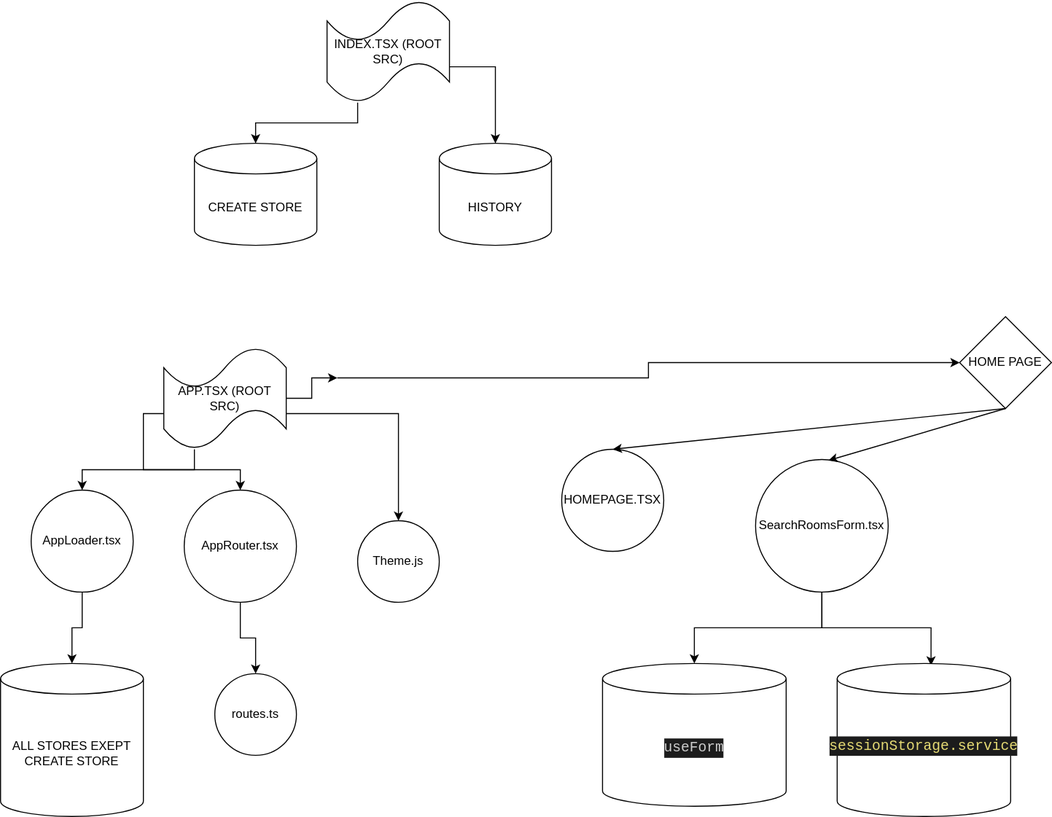
The draw.io diagram HOME PAGE FLOW.drawio.svg in sourisooo/BOOKING-PROJET-2, before a commit. Source tidied: cells renumbered, new cells last; positions are measured from the earlier drawing's top-left corner, leaving out a move shared by most shapes.
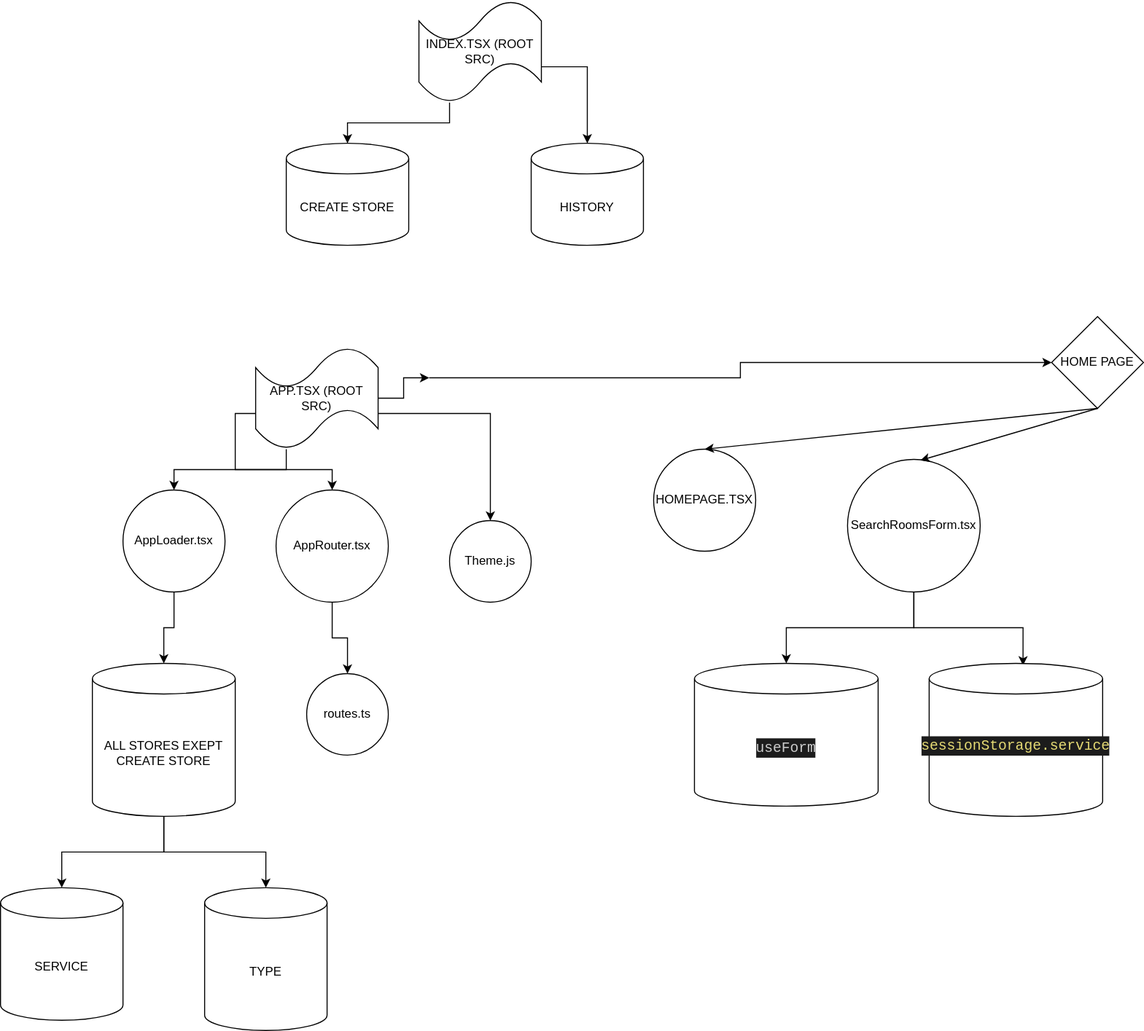
Above is the later version.

Commit message:
Mettre à jour HOME PAGE FLOW.drawio.svg

The edit, as a diff of the source:
```diff
@@ -63,6 +63,12 @@
     <mxCell id="20" value="AppRouter.tsx" style="ellipse;whiteSpace=wrap;html=1;" parent="1" vertex="1">
       <mxGeometry x="180" y="480" width="110" height="110" as="geometry" />
     </mxCell>
+    <mxCell id="30" style="edgeStyle=orthogonalEdgeStyle;rounded=0;jettySize=auto;html=1;exitX=0.5;exitY=1;exitDx=0;exitDy=0;exitPerimeter=0;entryX=0.5;entryY=0;entryDx=0;entryDy=0;entryPerimeter=0;" parent="1" edge="1" source="21" target="32">
+      <mxGeometry relative="1" as="geometry" />
+    </mxCell>
+    <mxCell id="31" style="edgeStyle=orthogonalEdgeStyle;rounded=0;jettySize=auto;html=1;exitX=0.5;exitY=1;exitDx=0;exitDy=0;exitPerimeter=0;" parent="1" edge="1" source="21" target="33">
+      <mxGeometry relative="1" as="geometry" />
+    </mxCell>
     <mxCell id="21" value="ALL STORES EXEPT CREATE STORE" style="shape=cylinder3;whiteSpace=wrap;html=1;boundedLbl=1;backgroundOutline=1;size=15;" parent="1" vertex="1">
       <mxGeometry y="650" width="140" height="150" as="geometry" />
     </mxCell>
@@ -90,5 +96,11 @@
     <mxCell id="29" value="Theme.js&lt;br&gt;" style="ellipse;whiteSpace=wrap;html=1;" parent="1" vertex="1">
       <mxGeometry x="350" y="510" width="80" height="80" as="geometry" />
     </mxCell>
+    <mxCell id="32" value="SERVICE" style="shape=cylinder3;whiteSpace=wrap;html=1;boundedLbl=1;backgroundOutline=1;size=15;" parent="1" vertex="1">
+      <mxGeometry x="-90" y="870" width="120" height="130" as="geometry" />
+    </mxCell>
+    <mxCell id="33" value="TYPE" style="shape=cylinder3;whiteSpace=wrap;html=1;boundedLbl=1;backgroundOutline=1;size=15;" parent="1" vertex="1">
+      <mxGeometry x="110" y="870" width="120" height="140" as="geometry" />
+    </mxCell>
   </root>
 </mxGraphModel>
```
